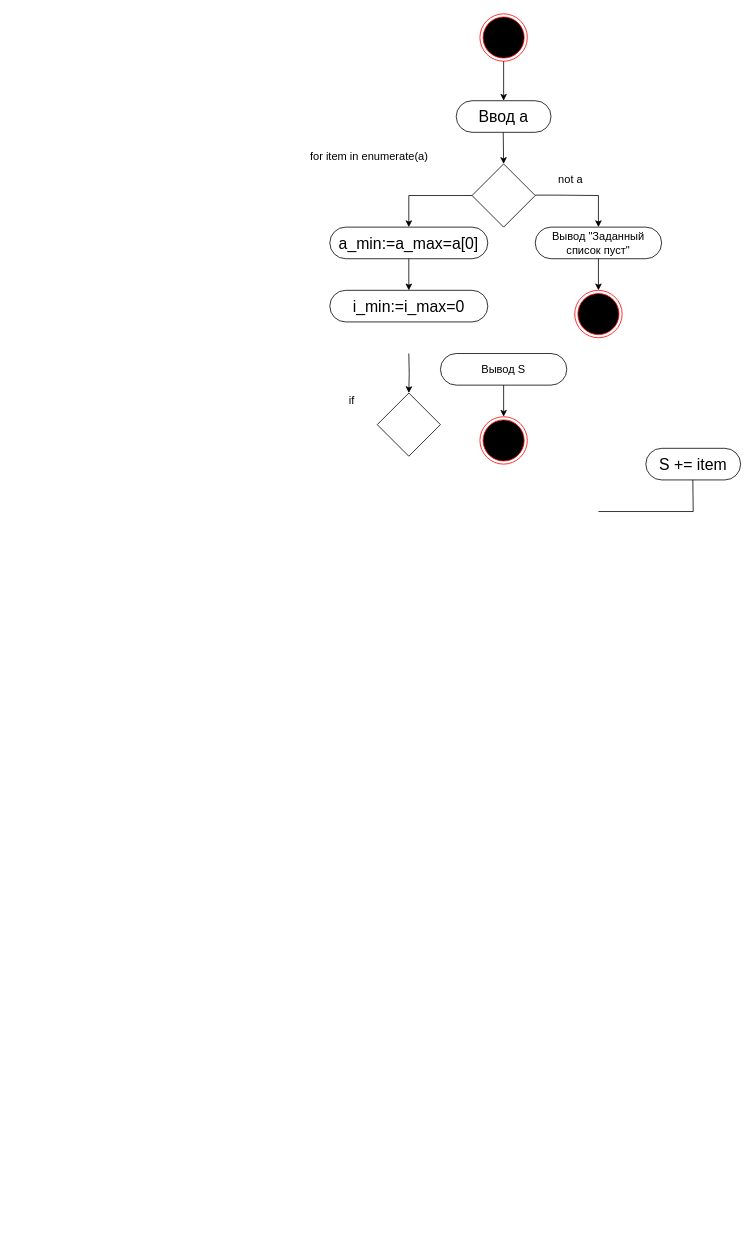
This is Diagram 2.drawio from dibovdmitry/laba6, a draw.io file, before an edit. Source tidied: cells renumbered, new cells numbered last; positions are measured from the earlier drawing's top-left corner, leaving out a move shared by most shapes. Both pictures are drawn from the tidied source at 79%, with x=0, y=0 at pixel (306, 13).
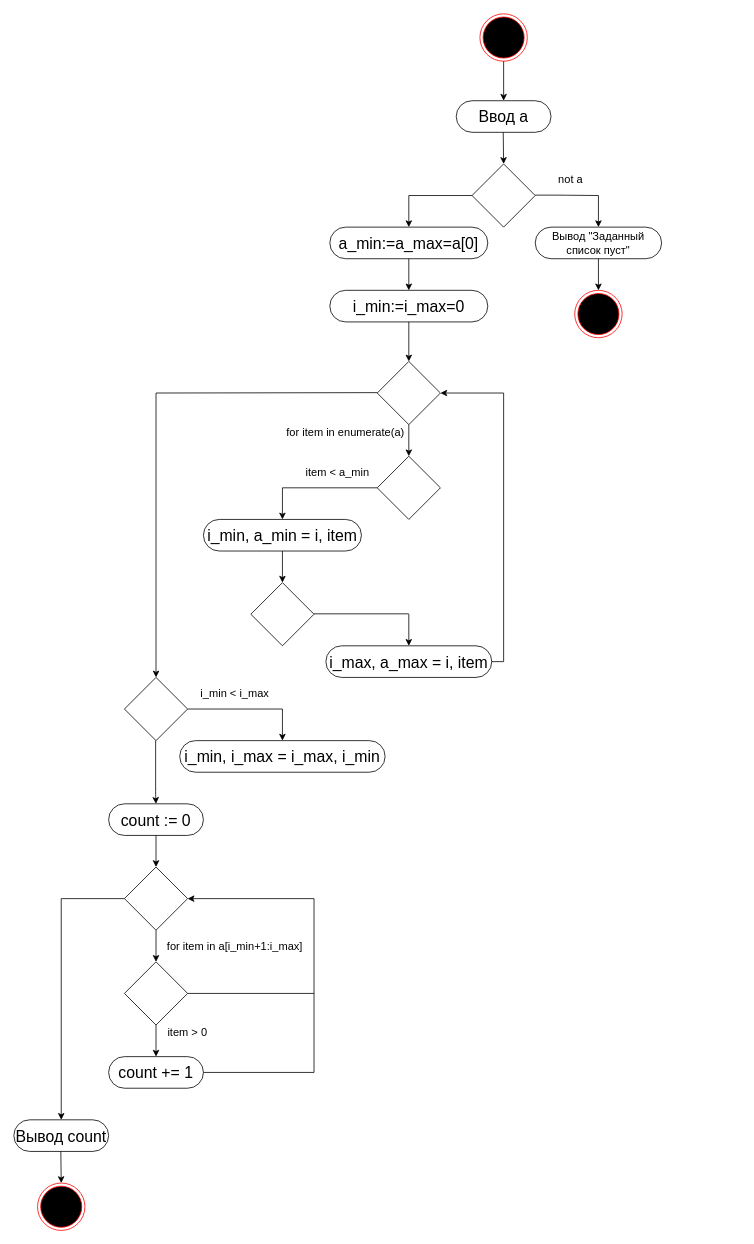
The same page after the edit.

Unchanged cells that the change refers to:
```xml
<mxCell id="27" value="i_min:=i_max=0" style="rounded=1;whiteSpace=wrap;html=1;arcSize=50;fontSize=20;" parent="1" vertex="1">
  <mxGeometry x="30" y="350" width="200" height="40" as="geometry" />
</mxCell>
```

Diff of the diagram source:
```diff
@@
-    <mxCell id="16" style="edgeStyle=orthogonalEdgeStyle;rounded=0;jettySize=auto;html=1;entryX=0.5;entryY=0;entryDx=0;entryDy=0;" parent="1" edge="1" target="20">
-      <mxGeometry relative="1" as="geometry">
-        <mxPoint x="130" y="430" as="sourcePoint" />
-      </mxGeometry>
-    </mxCell>
-    <mxCell id="17" value="Вывод S" style="rounded=1;whiteSpace=wrap;html=1;arcSize=50;fontSize=14;" parent="1" vertex="1">
-      <mxGeometry x="170" y="430" width="160" height="40" as="geometry" />
-    </mxCell>
-    <mxCell id="18" style="endArrow=classic;html=1;fontSize=14;" parent="1" edge="1">
-      <mxGeometry relative="1" as="geometry">
-        <mxPoint x="250" y="470" as="sourcePoint" />
-        <mxPoint x="250" y="510" as="targetPoint" />
-      </mxGeometry>
-    </mxCell>
-    <mxCell id="19" style="ellipse;html=1;shape=endState;fillColor=#000000;strokeColor=#ff0000;" parent="1" vertex="1">
-      <mxGeometry x="220" y="510" width="60" height="60" as="geometry" />
-    </mxCell>
     <mxCell id="20" style="rhombus;whiteSpace=wrap;html=1;fontSize=20;strokeColor=#000000;" parent="1" vertex="1">
-      <mxGeometry x="90" y="480" width="80" height="80" as="geometry" />
+      <mxGeometry x="90" y="440" width="80" height="80" as="geometry" />
     </mxCell>
-    <mxCell id="21" value="S += item" style="rounded=1;whiteSpace=wrap;html=1;arcSize=50;fontSize=20;" parent="1" vertex="1">
-      <mxGeometry x="430" y="550" width="120" height="40" as="geometry" />
-    </mxCell>
-    <mxCell id="22" style="endArrow=none;html=1;fontSize=14;" parent="1" edge="1">
-      <mxGeometry relative="1" as="geometry">
-        <mxPoint x="490" y="630" as="sourcePoint" />
-        <mxPoint x="489.5" y="590" as="targetPoint" />
-      </mxGeometry>
-    </mxCell>
-    <mxCell id="23" style="endArrow=none;html=1;fontSize=14;" parent="1" edge="1">
-      <mxGeometry relative="1" as="geometry">
-        <mxPoint x="370" y="630" as="sourcePoint" />
-        <mxPoint x="490" y="630" as="targetPoint" />
-      </mxGeometry>
-    </mxCell>
@@
     <mxCell id="25" value="for item in enumerate(a)" style="text;html=1;strokeColor=none;fillColor=none;align=center;verticalAlign=middle;whiteSpace=wrap;rounded=0;fontSize=14;" parent="1" vertex="1">
-      <mxGeometry y="170" width="160" height="20" as="geometry" />
+      <mxGeometry x="-30" y="520" width="160" height="20" as="geometry" />
     </mxCell>
-    <mxCell id="26" value="if&amp;nbsp;" style="text;html=1;strokeColor=none;fillColor=none;align=center;verticalAlign=middle;whiteSpace=wrap;rounded=0;fontSize=14;" parent="1" vertex="1">
-      <mxGeometry x="10" y="480" width="100" height="20" as="geometry" />
-    </mxCell>
@@
+    <mxCell id="28" style="endArrow=classic;html=1;fontSize=14;exitX=0.5;exitY=1;exitDx=0;exitDy=0;" parent="1" edge="1" source="27">
+      <mxGeometry relative="1" as="geometry">
+        <mxPoint x="130" y="440" as="targetPoint" />
+      </mxGeometry>
+    </mxCell>
+    <mxCell id="29" style="endArrow=classic;html=1;" parent="1" edge="1">
+      <mxGeometry relative="1" as="geometry">
+        <mxPoint x="130" y="520" as="sourcePoint" />
+        <mxPoint x="130" y="560" as="targetPoint" />
+      </mxGeometry>
+    </mxCell>
+    <mxCell id="30" style="rhombus;whiteSpace=wrap;html=1;fontSize=20;strokeColor=#000000;" parent="1" vertex="1">
+      <mxGeometry x="90" y="560" width="80" height="80" as="geometry" />
+    </mxCell>
+    <mxCell id="31" value="item &amp;lt; a_min" style="text;html=1;strokeColor=none;fillColor=none;align=center;verticalAlign=middle;whiteSpace=wrap;rounded=0;fontSize=14;" parent="1" vertex="1">
+      <mxGeometry x="-40" y="570" width="160" height="20" as="geometry" />
+    </mxCell>
+    <mxCell id="32" style="endArrow=none;html=1;" parent="1" edge="1">
+      <mxGeometry relative="1" as="geometry">
+        <mxPoint x="-30" y="600" as="sourcePoint" />
+        <mxPoint x="90" y="600" as="targetPoint" />
+      </mxGeometry>
+    </mxCell>
+    <mxCell id="33" style="endArrow=classic;html=1;" parent="1" edge="1">
+      <mxGeometry relative="1" as="geometry">
+        <mxPoint x="-30" y="600" as="sourcePoint" />
+        <mxPoint x="-30" y="640" as="targetPoint" />
+      </mxGeometry>
+    </mxCell>
+    <mxCell id="34" value="i_min, a_min = i, item" style="rounded=1;whiteSpace=wrap;html=1;arcSize=50;fontSize=20;" parent="1" vertex="1">
+      <mxGeometry x="-130" y="640" width="200" height="40" as="geometry" />
+    </mxCell>
+    <mxCell id="35" style="endArrow=classic;html=1;" parent="1" edge="1">
+      <mxGeometry relative="1" as="geometry">
+        <mxPoint x="-30" y="680" as="sourcePoint" />
+        <mxPoint x="-30" y="720" as="targetPoint" />
+      </mxGeometry>
+    </mxCell>
+    <mxCell id="36" style="rhombus;whiteSpace=wrap;html=1;fontSize=20;strokeColor=#000000;" parent="1" vertex="1">
+      <mxGeometry x="-70" y="720" width="80" height="80" as="geometry" />
+    </mxCell>
+    <mxCell id="37" style="endArrow=none;html=1;" parent="1" edge="1">
+      <mxGeometry relative="1" as="geometry">
+        <mxPoint x="10" y="759.5" as="sourcePoint" />
+        <mxPoint x="130" y="759.5" as="targetPoint" />
+      </mxGeometry>
+    </mxCell>
+    <mxCell id="38" style="endArrow=classic;html=1;" parent="1" edge="1">
+      <mxGeometry relative="1" as="geometry">
+        <mxPoint x="130" y="760" as="sourcePoint" />
+        <mxPoint x="130" y="800" as="targetPoint" />
+      </mxGeometry>
+    </mxCell>
+    <mxCell id="39" value="i_max, a_max = i, item" style="rounded=1;whiteSpace=wrap;html=1;arcSize=50;fontSize=20;" parent="1" vertex="1">
+      <mxGeometry x="25" y="800" width="210" height="40" as="geometry" />
+    </mxCell>
+    <mxCell id="40" style="endArrow=none;html=1;" parent="1" edge="1">
+      <mxGeometry relative="1" as="geometry">
+        <mxPoint x="235" y="820" as="sourcePoint" />
+        <mxPoint x="250" y="820" as="targetPoint" />
+      </mxGeometry>
+    </mxCell>
+    <mxCell id="41" style="endArrow=none;html=1;" parent="1" edge="1">
+      <mxGeometry relative="1" as="geometry">
+        <mxPoint x="250" y="480" as="sourcePoint" />
+        <mxPoint x="250" y="820" as="targetPoint" />
+      </mxGeometry>
+    </mxCell>
+    <mxCell id="42" style="endArrow=classic;html=1;entryX=1;entryY=0.5;entryDx=0;entryDy=0;" parent="1" edge="1" target="20">
+      <mxGeometry relative="1" as="geometry">
+        <mxPoint x="250" y="480" as="sourcePoint" />
+      </mxGeometry>
+    </mxCell>
+    <mxCell id="43" style="endArrow=none;html=1;" parent="1" edge="1">
+      <mxGeometry relative="1" as="geometry">
+        <mxPoint x="-190" y="480" as="sourcePoint" />
+        <mxPoint x="90" y="479.5" as="targetPoint" />
+      </mxGeometry>
+    </mxCell>
+    <mxCell id="44" style="endArrow=classic;html=1;entryX=0.5;entryY=0;entryDx=0;entryDy=0;" parent="1" edge="1" target="45">
+      <mxGeometry relative="1" as="geometry">
+        <mxPoint x="-190" y="480" as="sourcePoint" />
+      </mxGeometry>
+    </mxCell>
+    <mxCell id="45" style="rhombus;whiteSpace=wrap;html=1;fontSize=20;strokeColor=#000000;" parent="1" vertex="1">
+      <mxGeometry x="-230" y="840" width="80" height="80" as="geometry" />
+    </mxCell>
+    <mxCell id="46" style="endArrow=none;html=1;" parent="1" edge="1">
+      <mxGeometry relative="1" as="geometry">
+        <mxPoint x="-150" y="880" as="sourcePoint" />
+        <mxPoint x="-30" y="880" as="targetPoint" />
+      </mxGeometry>
+    </mxCell>
+    <mxCell id="47" style="endArrow=classic;html=1;" parent="1" edge="1">
+      <mxGeometry relative="1" as="geometry">
+        <mxPoint x="-30" y="880" as="sourcePoint" />
+        <mxPoint x="-30" y="920" as="targetPoint" />
+      </mxGeometry>
+    </mxCell>
+    <mxCell id="48" value="i_min, i_max = i_max, i_min" style="rounded=1;whiteSpace=wrap;html=1;arcSize=50;fontSize=20;" parent="1" vertex="1">
+      <mxGeometry x="-160" y="920" width="260" height="40" as="geometry" />
+    </mxCell>
+    <mxCell id="49" value="i_min &amp;lt; i_max" style="text;html=1;strokeColor=none;fillColor=none;align=center;verticalAlign=middle;whiteSpace=wrap;rounded=0;fontSize=14;" parent="1" vertex="1">
+      <mxGeometry x="-170" y="850" width="160" height="20" as="geometry" />
+    </mxCell>
+    <mxCell id="50" style="endArrow=classic;html=1;" parent="1" edge="1">
+      <mxGeometry relative="1" as="geometry">
+        <mxPoint x="-190.5" y="920" as="sourcePoint" />
+        <mxPoint x="-190" y="1000" as="targetPoint" />
+        <Array as="points">
+          <mxPoint x="-190.5" y="990" />
+        </Array>
+      </mxGeometry>
+    </mxCell>
+    <mxCell id="51" value="count := 0" style="rounded=1;whiteSpace=wrap;html=1;arcSize=50;fontSize=20;" parent="1" vertex="1">
+      <mxGeometry x="-250" y="1000" width="120" height="40" as="geometry" />
+    </mxCell>
+    <mxCell id="52" style="endArrow=classic;html=1;" parent="1" edge="1" target="51">
+      <mxGeometry relative="1" as="geometry">
+        <mxPoint x="-190" y="1040" as="sourcePoint" />
+      </mxGeometry>
+    </mxCell>
+    <mxCell id="53" style="endArrow=classic;html=1;" parent="1" edge="1">
+      <mxGeometry relative="1" as="geometry">
+        <mxPoint x="-190" y="1040" as="sourcePoint" />
+        <mxPoint x="-190" y="1080" as="targetPoint" />
+      </mxGeometry>
+    </mxCell>
+    <mxCell id="54" style="rhombus;whiteSpace=wrap;html=1;fontSize=20;strokeColor=#000000;" parent="1" vertex="1">
+      <mxGeometry x="-230" y="1080" width="80" height="80" as="geometry" />
+    </mxCell>
+    <mxCell id="55" value="for item in a[i_min+1:i_max]" style="text;html=1;strokeColor=none;fillColor=none;align=center;verticalAlign=middle;whiteSpace=wrap;rounded=0;fontSize=14;" parent="1" vertex="1">
+      <mxGeometry x="-190" y="1170" width="200" height="20" as="geometry" />
+    </mxCell>
+    <mxCell id="56" style="endArrow=classic;html=1;" parent="1" edge="1">
+      <mxGeometry relative="1" as="geometry">
+        <mxPoint x="-190" y="1160" as="sourcePoint" />
+        <mxPoint x="-190" y="1200" as="targetPoint" />
+      </mxGeometry>
+    </mxCell>
+    <mxCell id="57" style="rhombus;whiteSpace=wrap;html=1;fontSize=20;strokeColor=#000000;" parent="1" vertex="1">
+      <mxGeometry x="-230" y="1200" width="80" height="80" as="geometry" />
+    </mxCell>
+    <mxCell id="58" style="endArrow=none;html=1;" parent="1" edge="1">
+      <mxGeometry relative="1" as="geometry">
+        <mxPoint x="-150" y="1240" as="sourcePoint" />
+        <mxPoint x="10" y="1240" as="targetPoint" />
+      </mxGeometry>
+    </mxCell>
+    <mxCell id="59" style="endArrow=classic;html=1;" parent="1" edge="1">
+      <mxGeometry relative="1" as="geometry">
+        <mxPoint x="-190" y="1280" as="sourcePoint" />
+        <mxPoint x="-190" y="1320" as="targetPoint" />
+      </mxGeometry>
+    </mxCell>
+    <mxCell id="60" value="item &amp;gt; 0" style="text;html=1;strokeColor=none;fillColor=none;align=center;verticalAlign=middle;whiteSpace=wrap;rounded=0;fontSize=14;" parent="1" vertex="1">
+      <mxGeometry x="-190" y="1280" width="80" height="20" as="geometry" />
+    </mxCell>
+    <mxCell id="61" value="count += 1" style="rounded=1;whiteSpace=wrap;html=1;arcSize=50;fontSize=20;" parent="1" vertex="1">
+      <mxGeometry x="-250" y="1320" width="120" height="40" as="geometry" />
+    </mxCell>
+    <mxCell id="62" style="endArrow=none;html=1;" parent="1" edge="1">
+      <mxGeometry relative="1" as="geometry">
+        <mxPoint x="-130" y="1340" as="sourcePoint" />
+        <mxPoint x="10" y="1340" as="targetPoint" />
+      </mxGeometry>
+    </mxCell>
+    <mxCell id="63" style="endArrow=none;html=1;" parent="1" edge="1">
+      <mxGeometry relative="1" as="geometry">
+        <mxPoint x="10" y="1340" as="sourcePoint" />
+        <mxPoint x="10" y="1120" as="targetPoint" />
+      </mxGeometry>
+    </mxCell>
+    <mxCell id="64" style="endArrow=classic;html=1;entryX=1;entryY=0.5;entryDx=0;entryDy=0;" parent="1" edge="1" target="54">
+      <mxGeometry relative="1" as="geometry">
+        <mxPoint x="10" y="1120" as="sourcePoint" />
+      </mxGeometry>
+    </mxCell>
+    <mxCell id="65" style="endArrow=none;html=1;" parent="1" edge="1">
+      <mxGeometry relative="1" as="geometry">
+        <mxPoint x="-310" y="1120" as="sourcePoint" />
+        <mxPoint x="-230" y="1120" as="targetPoint" />
+      </mxGeometry>
+    </mxCell>
+    <mxCell id="66" style="endArrow=classic;html=1;" parent="1" edge="1">
+      <mxGeometry relative="1" as="geometry">
+        <mxPoint x="-310" y="1120" as="sourcePoint" />
+        <mxPoint x="-310" y="1400" as="targetPoint" />
+      </mxGeometry>
+    </mxCell>
+    <mxCell id="67" value="Вывод count" style="rounded=1;whiteSpace=wrap;html=1;arcSize=50;fontSize=20;" parent="1" vertex="1">
+      <mxGeometry x="-370" y="1400" width="120" height="40" as="geometry" />
+    </mxCell>
+    <mxCell id="68" style="endArrow=classic;html=1;" parent="1" edge="1">
+      <mxGeometry relative="1" as="geometry">
+        <mxPoint x="-310.5" y="1440" as="sourcePoint" />
+        <mxPoint x="-310" y="1480" as="targetPoint" />
+      </mxGeometry>
+    </mxCell>
+    <mxCell id="69" style="ellipse;html=1;shape=endState;fillColor=#000000;strokeColor=#ff0000;" parent="1" vertex="1">
+      <mxGeometry x="-340" y="1480" width="60" height="60" as="geometry" />
+    </mxCell>
```
